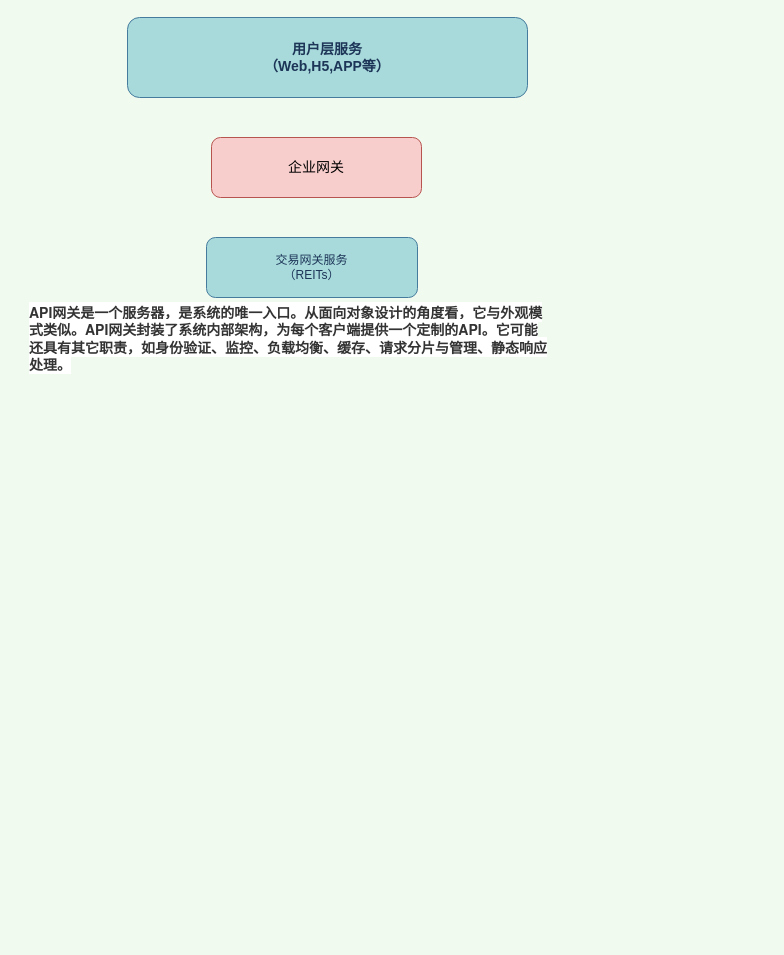
The draw.io diagram 000_utils/未命名绘图.drawio in lppgo/my_test, before the edit. Source tidied: cells renumbered, new cells numbered last; positions are measured from the earlier drawing's top-left corner, leaving out a move shared by most shapes. Both pictures are drawn from the tidied source at 100%, with x=0, y=0 at pixel (27, 17).
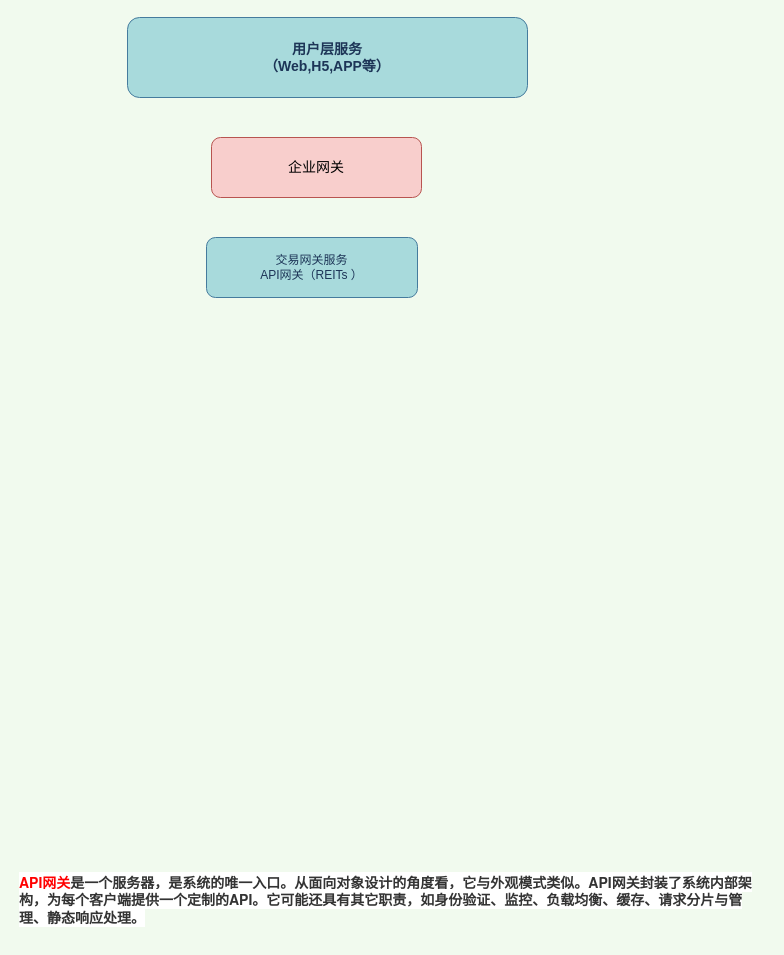
Above is the later version.

Commit message:
更新未命名绘图.drawio

The edit, as a diff of the source:
```diff
@@
 <mxGraphModel background="#F1FAEE">
   <root>
     <mxCell id="0" />
     <mxCell id="1" parent="0" />
     <mxCell id="2" value="&lt;font style=&quot;font-size: 14px&quot;&gt;&lt;b&gt;用户层服务&lt;br&gt;（Web,H5,APP等）&lt;/b&gt;&lt;/font&gt;" style="rounded=1;whiteSpace=wrap;html=1;sketch=0;strokeColor=#457B9D;fillColor=#A8DADC;fontColor=#1D3557;" parent="1" vertex="1">
       <mxGeometry x="100" width="400" height="80" as="geometry" />
     </mxCell>
     <mxCell id="3" value="&lt;font style=&quot;font-size: 14px&quot;&gt;企业网关&lt;/font&gt;" style="rounded=1;whiteSpace=wrap;html=1;sketch=0;strokeColor=#b85450;fillColor=#f8cecc;" parent="1" vertex="1">
       <mxGeometry x="184" y="120" width="210" height="60" as="geometry" />
     </mxCell>
-    <mxCell id="4" value="交易网关服务&lt;br&gt;（REITs）" style="rounded=1;whiteSpace=wrap;html=1;sketch=0;strokeColor=#457B9D;fillColor=#A8DADC;fontColor=#1D3557;" parent="1" vertex="1">
+    <mxCell id="4" value="交易网关服务&lt;br&gt;API网关（REITs ）" style="rounded=1;whiteSpace=wrap;html=1;sketch=0;strokeColor=#457B9D;fillColor=#A8DADC;fontColor=#1D3557;" parent="1" vertex="1">
       <mxGeometry x="179" y="220" width="211" height="60" as="geometry" />
     </mxCell>
-    <mxCell id="5" value="&lt;span style=&quot;color: rgb(51 , 51 , 51) ; font-family: &amp;#34;helvetica neue&amp;#34; , &amp;#34;helvetica&amp;#34; , &amp;#34;verdana&amp;#34; , &amp;#34;arial&amp;#34; , sans-serif ; font-size: 14px ; font-style: normal ; letter-spacing: normal ; text-align: left ; text-indent: 0px ; text-transform: none ; word-spacing: 0px ; background-color: rgb(255 , 255 , 255) ; display: inline ; float: none&quot;&gt;&lt;b&gt;API网关是一个服务器，是系统的唯一入口。从面向对象设计的角度看，它与外观模式类似。API网关封装了系统内部架构，为每个客户端提供一个定制的API。它可能还具有其它职责，如身份验证、监控、负载均衡、缓存、请求分片与管理、静态响应处理。&lt;/b&gt;&lt;/span&gt;" style="text;whiteSpace=wrap;html=1;fontColor=#1D3557;" parent="1" vertex="1">
-      <mxGeometry y="280" width="520" height="70" as="geometry" />
+    <mxCell id="5" value="&lt;span style=&quot;font-family: &amp;#34;helvetica neue&amp;#34; , &amp;#34;helvetica&amp;#34; , &amp;#34;verdana&amp;#34; , &amp;#34;arial&amp;#34; , sans-serif ; font-size: 14px ; font-style: normal ; letter-spacing: normal ; text-align: left ; text-indent: 0px ; text-transform: none ; word-spacing: 0px ; background-color: rgb(255 , 255 , 255) ; display: inline ; float: none&quot;&gt;&lt;b&gt;&lt;font color=&quot;#ff0000&quot;&gt;API网关&lt;/font&gt;&lt;font color=&quot;#333333&quot;&gt;是一个服务器，是系统的唯一入口。从面向对象设计的角度看，它与外观模式类似。API网关封装了系统内部架构，为每个客户端提供一个定制的API。它可能还具有其它职责，如身份验证、监控、负载均衡、缓存、请求分片与管理、静态响应处理。&lt;/font&gt;&lt;/b&gt;&lt;/span&gt;" style="text;whiteSpace=wrap;html=1;fontColor=#1D3557;" parent="1" vertex="1">
+      <mxGeometry x="-10" y="850" width="750" height="70" as="geometry" />
     </mxCell>
   </root>
 </mxGraphModel>
```
